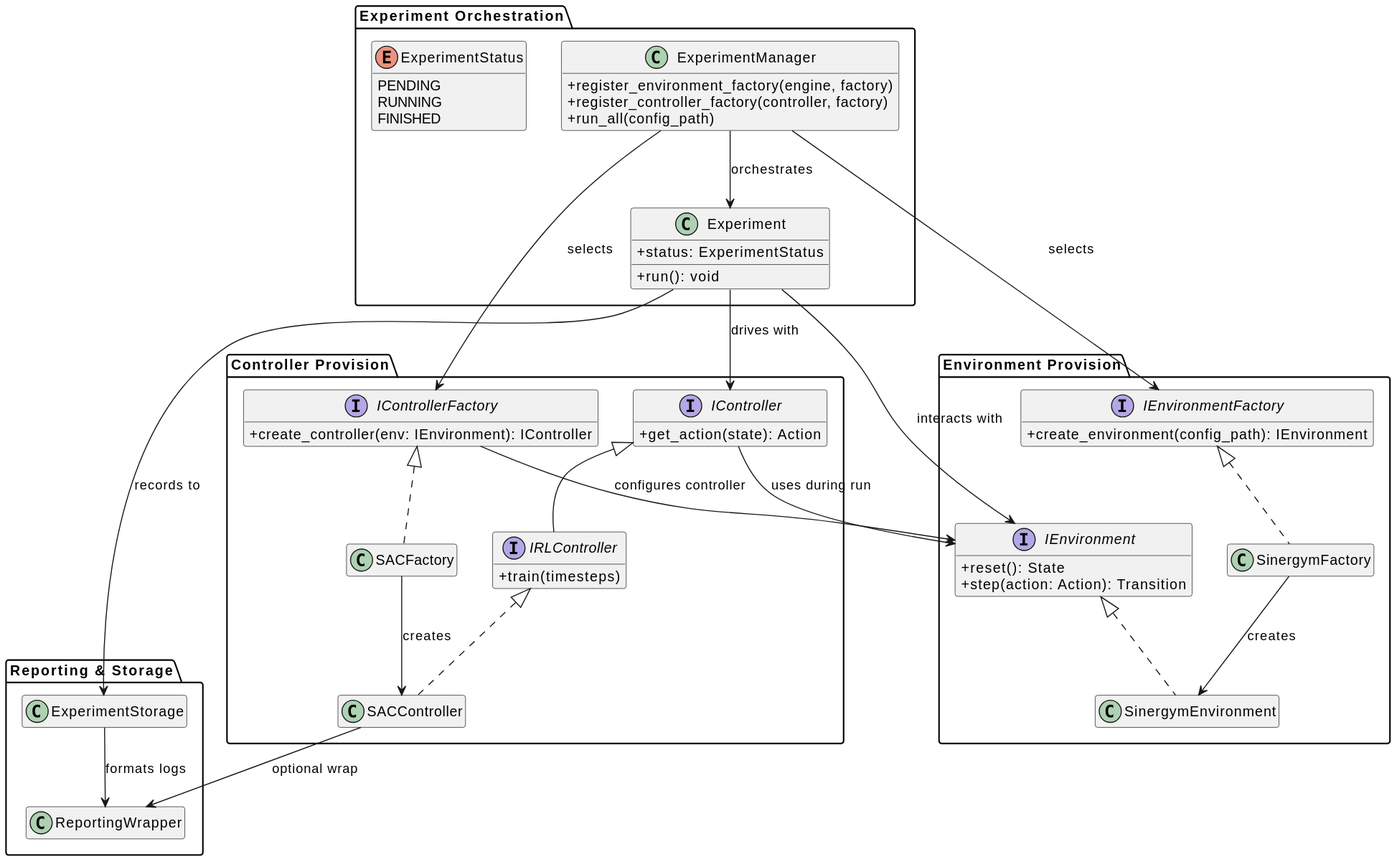
JoeTheHammer/rl-building-control keeps this PlantUML diagram as docs/technical-documentation/testbed/uml/Conceptual_Class_Diagram.svg. Above is the earlier version. Source of this version:
```plantuml
@startuml
skinparam classAttributeIconSize 0
hide empty members

package "Experiment Orchestration" {
  class ExperimentManager {
    +register_environment_factory(engine, factory)
    +register_controller_factory(controller, factory)
    +run_all(config_path)
  }

  class Experiment {
    +status: ExperimentStatus
    +run(): void
  }

  enum ExperimentStatus {
    PENDING
    RUNNING
    FINISHED
  }
}

package "Environment Provision" {
  interface IEnvironmentFactory {
    +create_environment(config_path): IEnvironment
  }

  interface IEnvironment {
    +reset(): State
    +step(action: Action): Transition
  }

  class SinergymFactory
  class SinergymEnvironment
}

package "Controller Provision" {
  interface IController {
    +get_action(state): Action
  }

  interface IControllerFactory {
    +create_controller(env: IEnvironment): IController
  }

  interface IRLController {
    +train(timesteps)
  }

  class SACFactory
  class SACController
}

package "Reporting & Storage" {
  class ReportingWrapper
  class ExperimentStorage
}

ExperimentManager --> Experiment : orchestrates
Experiment --> IEnvironment : interacts with
Experiment --> IController : drives with
Experiment --> ExperimentStorage : records to
ExperimentStorage --> ReportingWrapper : formats logs

ExperimentManager --> IEnvironmentFactory : selects
ExperimentManager --> IControllerFactory : selects

IEnvironmentFactory <|.. SinergymFactory
IEnvironment <|.. SinergymEnvironment
SinergymFactory --> SinergymEnvironment : creates

IController <|-- IRLController
IControllerFactory <|.. SACFactory
IRLController <|.. SACController
SACFactory --> SACController : creates
SACController --> ReportingWrapper : optional wrap

IControllerFactory --> IEnvironment : configures controller
IController --> IEnvironment : uses during run
@enduml
```
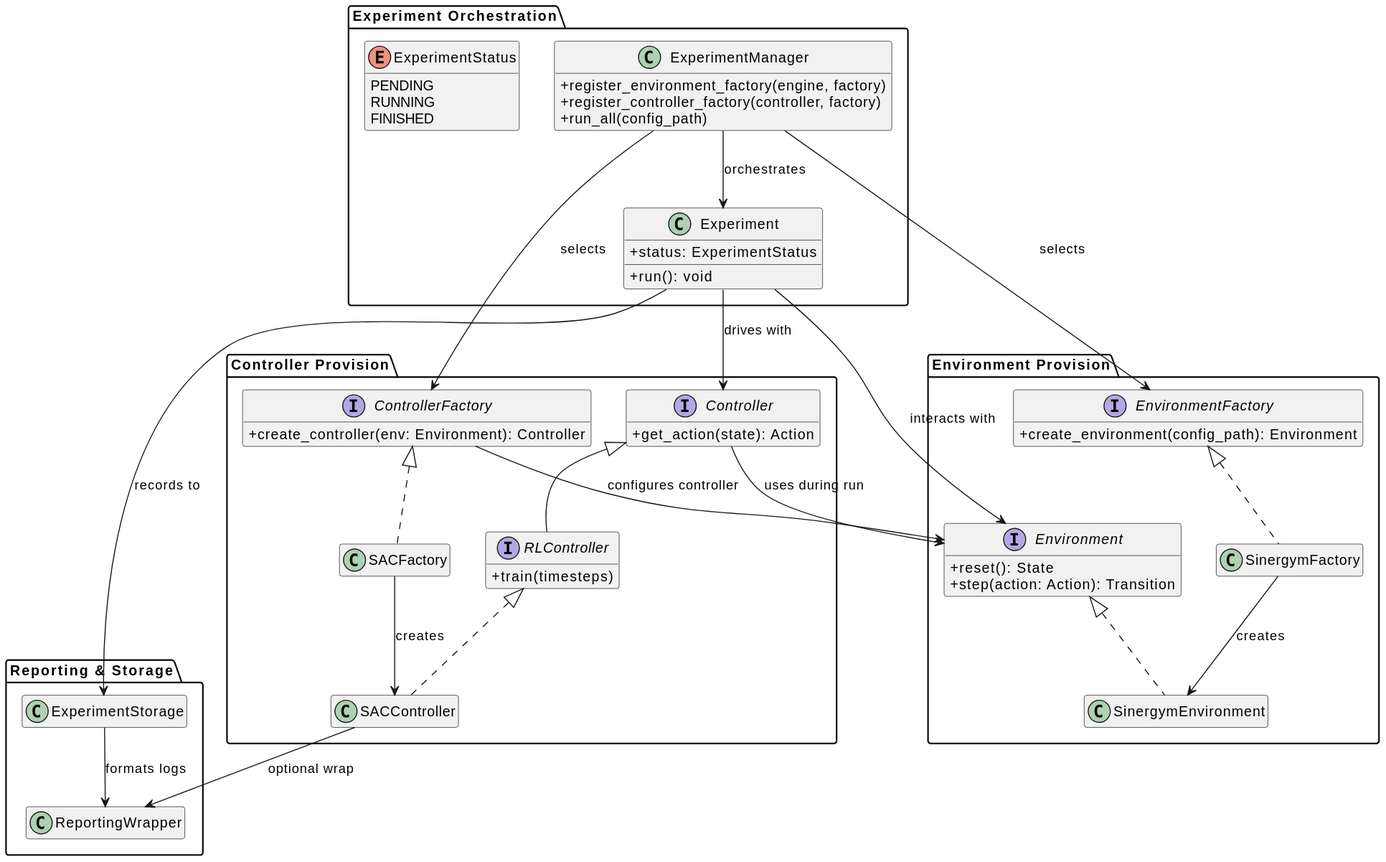
After the commit.

Commit message:
Changed testbed class diagrams

Change to the diagram source:
```diff
@@ -22,11 +22,11 @@
 }
 
 package "Environment Provision" {
-  interface IEnvironmentFactory {
-    +create_environment(config_path): IEnvironment
+  interface EnvironmentFactory {
+    +create_environment(config_path): Environment
   }
 
-  interface IEnvironment {
+  interface Environment {
     +reset(): State
     +step(action: Action): Transition
   }
@@ -36,15 +36,15 @@
 }
 
 package "Controller Provision" {
-  interface IController {
+  interface Controller {
     +get_action(state): Action
   }
 
-  interface IControllerFactory {
-    +create_controller(env: IEnvironment): IController
+  interface ControllerFactory {
+    +create_controller(env: Environment): Controller
   }
 
-  interface IRLController {
+  interface RLController {
     +train(timesteps)
   }
 
@@ -58,24 +58,24 @@
 }
 
 ExperimentManager --> Experiment : orchestrates
-Experiment --> IEnvironment : interacts with
-Experiment --> IController : drives with
+Experiment --> Environment : interacts with
+Experiment --> Controller : drives with
 Experiment --> ExperimentStorage : records to
 ExperimentStorage --> ReportingWrapper : formats logs
 
-ExperimentManager --> IEnvironmentFactory : selects
-ExperimentManager --> IControllerFactory : selects
+ExperimentManager --> EnvironmentFactory : selects
+ExperimentManager --> ControllerFactory : selects
 
-IEnvironmentFactory <|.. SinergymFactory
-IEnvironment <|.. SinergymEnvironment
+EnvironmentFactory <|.. SinergymFactory
+Environment <|.. SinergymEnvironment
 SinergymFactory --> SinergymEnvironment : creates
 
-IController <|-- IRLController
-IControllerFactory <|.. SACFactory
-IRLController <|.. SACController
+Controller <|-- RLController
+ControllerFactory <|.. SACFactory
+RLController <|.. SACController
 SACFactory --> SACController : creates
 SACController --> ReportingWrapper : optional wrap
 
-IControllerFactory --> IEnvironment : configures controller
-IController --> IEnvironment : uses during run
+ControllerFactory --> Environment : configures controller
+Controller --> Environment : uses during run
 @enduml
```
